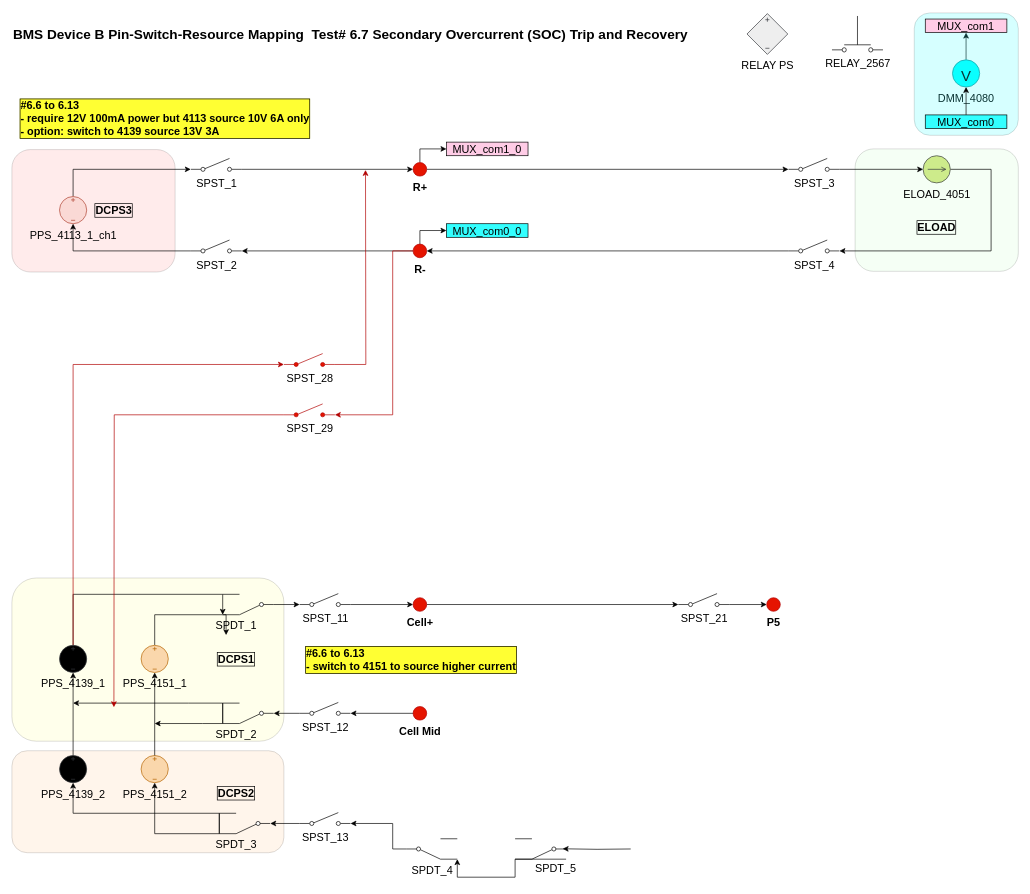
The draw.io diagram BMS_device_B_6p7.drawio in ktlim-xy/draw-io, before the edit. Source tidied: cells renumbered, new cells numbered last; positions are measured from the earlier drawing's top-left corner, leaving out a move shared by most shapes. Both pictures are drawn from the tidied source at 68%, with x=0, y=0 at pixel (12, 12).
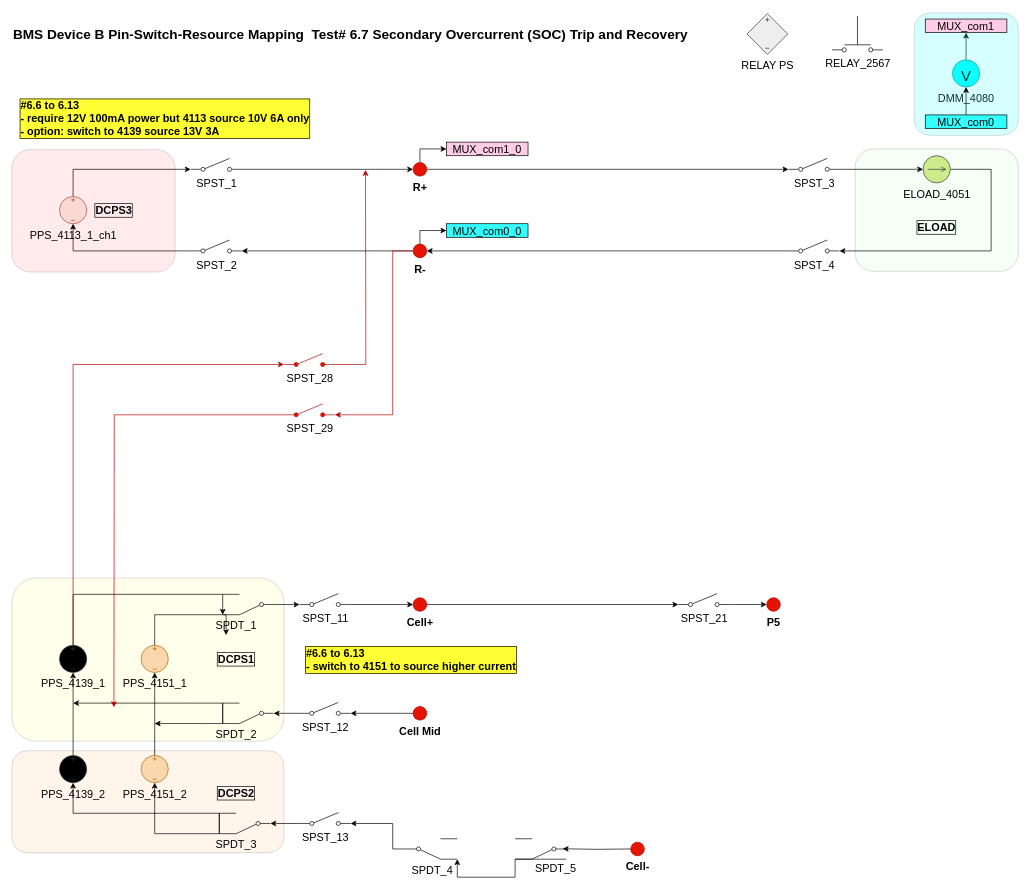
The same page after the edit.

Diff of the diagram source:
```diff
@@
+    <mxCell id="86" value="Cell-" style="verticalLabelPosition=bottom;shadow=0;dashed=0;align=center;html=1;verticalAlign=top;strokeWidth=1;shape=ellipse;perimeter=ellipsePerimeter;fillColor=#e51400;fontColor=light-dark(#000000,#FF0000);strokeColor=#B20000;fontSize=16;fontStyle=1;" parent="1" vertex="1">
+      <mxGeometry x="910" y="1221" width="20" height="20" as="geometry" />
+    </mxCell>
```
